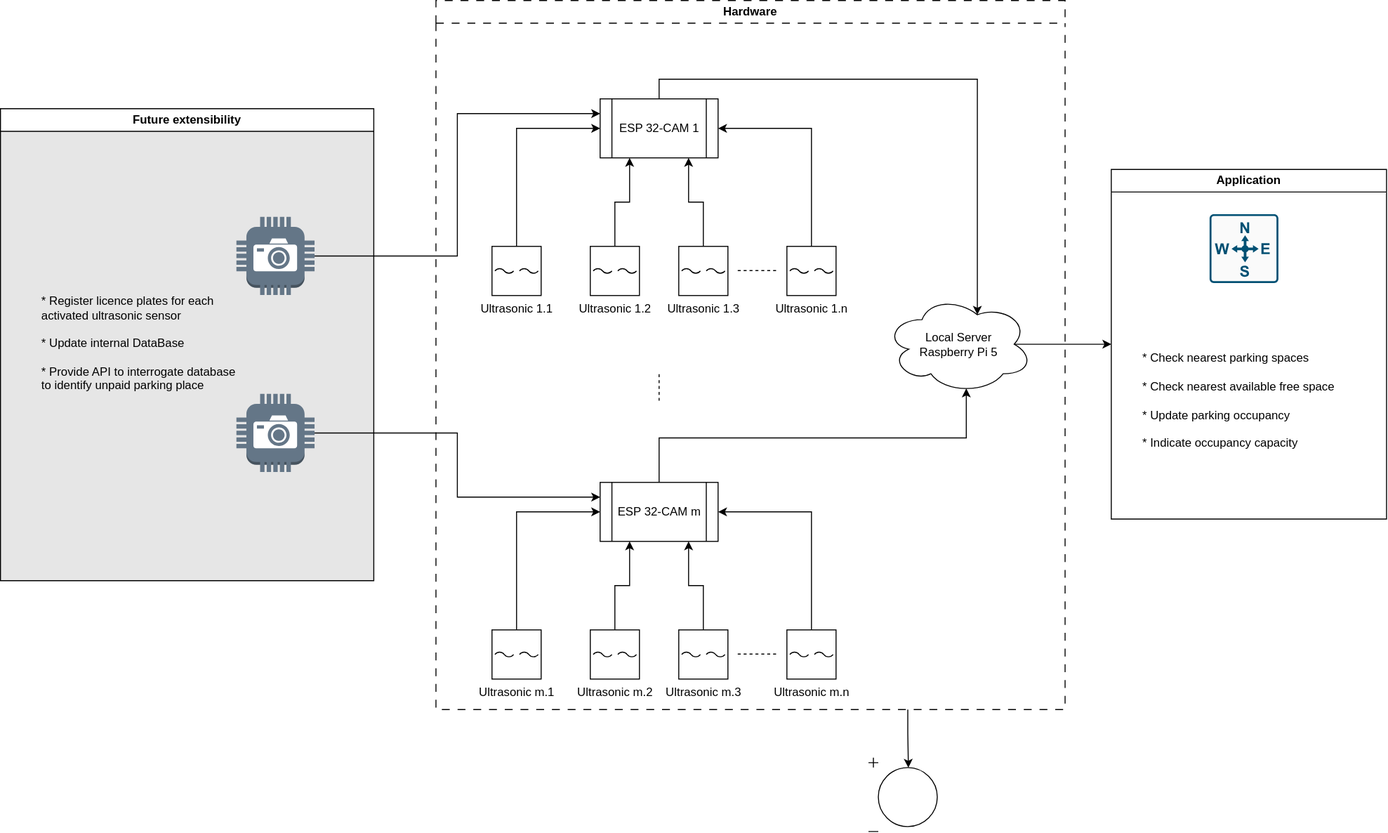
Above: docs/CHSSmartParkingDiagram.drawio.svg in sorykkk/smart-parking (draw.io), before the change. Source tidied: cells renumbered, new cells last; positions are measured from the earlier drawing's top-left corner, leaving out a move shared by most shapes.
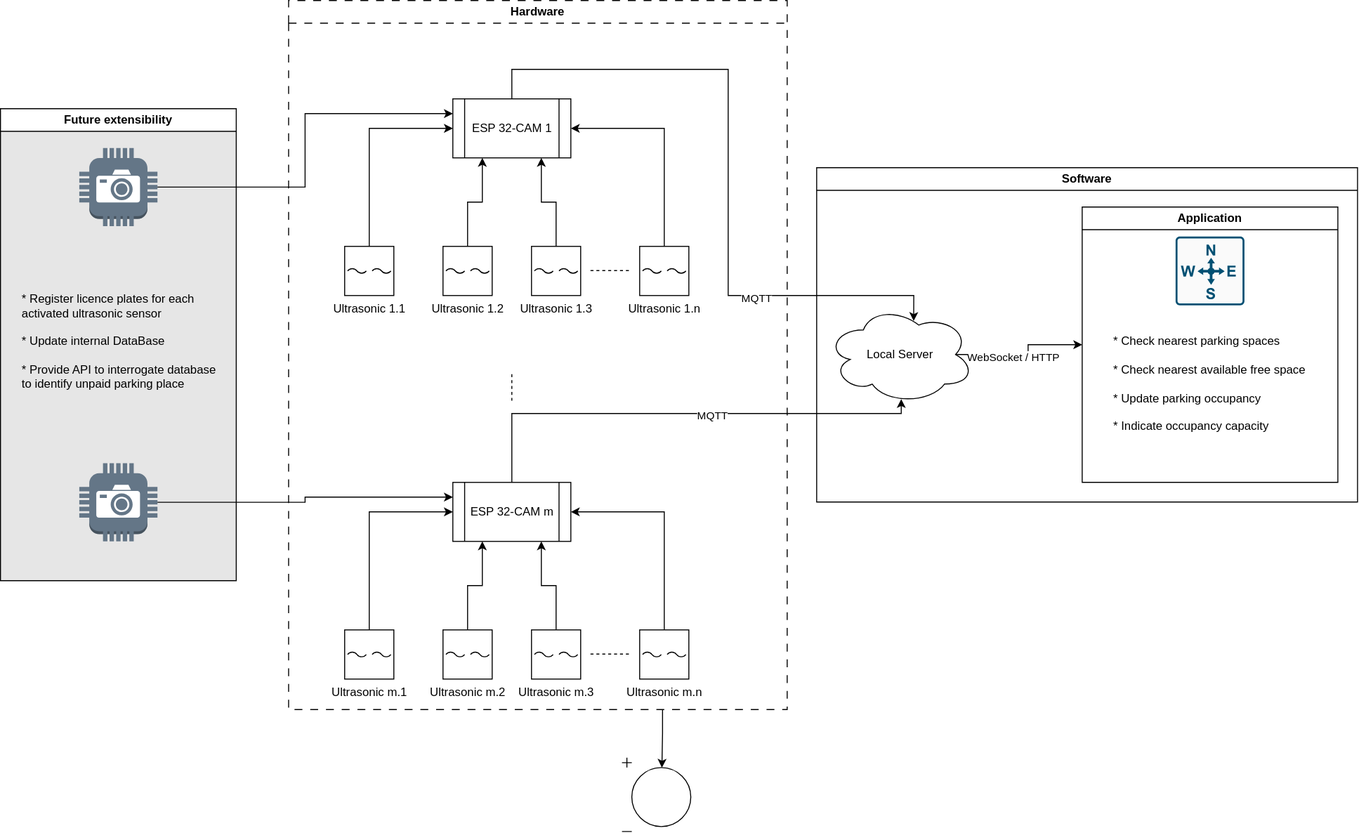
The same file after the commit.

Change to the diagram source:
```diff
@@ -3,20 +3,20 @@
     <mxCell id="0" />
     <mxCell id="1" parent="0" />
     <mxCell id="2" value="Hardware" style="swimlane;whiteSpace=wrap;html=1;dashed=1;dashPattern=8 8;" parent="1" vertex="1">
-      <mxGeometry x="443" width="640" height="721" as="geometry" />
+      <mxGeometry x="443" width="507" height="721" as="geometry" />
     </mxCell>
     <mxCell id="3" value="Future extensibility" style="swimlane;whiteSpace=wrap;html=1;swimlaneFillColor=#E6E6E6;fillColor=default;" parent="1" vertex="1">
-      <mxGeometry y="110" width="379.8" height="480" as="geometry" />
+      <mxGeometry x="150" y="110" width="239.8" height="480" as="geometry" />
     </mxCell>
     <mxCell id="4" value="* Register licence plates for each activated ultrasonic sensor&lt;div&gt;&lt;br&gt;&lt;/div&gt;&lt;div&gt;* Update internal DataBase&lt;/div&gt;&lt;div&gt;&lt;br&gt;&lt;/div&gt;&lt;div&gt;* Provide API to interrogate database to identify unpaid parking place&lt;/div&gt;" style="text;html=1;whiteSpace=wrap;strokeColor=none;fillColor=none;align=left;verticalAlign=middle;rounded=0;" parent="3" vertex="1">
-      <mxGeometry x="40" y="135.6" width="200" height="207.8" as="geometry" />
+      <mxGeometry x="19.9" y="160" width="200" height="153.4" as="geometry" />
     </mxCell>
-    <mxCell id="5" style="edgeStyle=orthogonalEdgeStyle;rounded=0;jettySize=auto;html=1;exitX=0.875;exitY=0.5;exitDx=0;exitDy=0;exitPerimeter=0;entryX=0;entryY=0.5;entryDx=0;entryDy=0;" parent="1" edge="1" source="6" target="33">
-      <mxGeometry relative="1" as="geometry" />
-    </mxCell>
-    <mxCell id="6" value="Local Server&lt;div&gt;Raspberry Pi 5&lt;/div&gt;" style="ellipse;shape=cloud;whiteSpace=wrap;html=1;" parent="1" vertex="1">
-      <mxGeometry x="900" y="299.5" width="150" height="100" as="geometry" />
-    </mxCell>
+    <mxCell id="30" style="outlineConnect=0;dashed=0;verticalLabelPosition=bottom;verticalAlign=top;align=center;html=1;shape=mxgraph.aws3.camera;fillColor=#647687;fontColor=#ffffff;strokeColor=#314354;" parent="3" vertex="1">
+      <mxGeometry x="80.1" y="40" width="79.5" height="79.5" as="geometry" />
+    </mxCell>
+    <mxCell id="32" style="outlineConnect=0;dashed=0;verticalLabelPosition=bottom;verticalAlign=top;align=center;html=1;shape=mxgraph.aws3.camera;fillColor=#647687;fontColor=#ffffff;strokeColor=#314354;" parent="3" vertex="1">
+      <mxGeometry x="80.1" y="360.5" width="79.5" height="79.5" as="geometry" />
+    </mxCell>
     <mxCell id="7" value="ESP 32-CAM 1" style="shape=process;whiteSpace=wrap;html=1;backgroundOutline=1;" parent="1" vertex="1">
       <mxGeometry x="610" y="100" width="120" height="60" as="geometry" />
     </mxCell>
@@ -83,9 +83,6 @@
         <mxPoint x="790" y="664.6" as="targetPoint" />
       </mxGeometry>
     </mxCell>
-    <mxCell id="27" style="edgeStyle=orthogonalEdgeStyle;rounded=0;jettySize=auto;html=1;exitX=0.5;exitY=0;exitDx=0;exitDy=0;entryX=0.55;entryY=0.95;entryDx=0;entryDy=0;entryPerimeter=0;" parent="1" edge="1" source="17" target="6">
-      <mxGeometry relative="1" as="geometry" />
-    </mxCell>
     <mxCell id="28" style="endArrow=none;dashed=1;html=1;rounded=0;" parent="1" edge="1">
       <mxGeometry relative="1" as="geometry">
         <mxPoint x="670" y="380" as="sourcePoint" />
@@ -95,32 +92,60 @@
     <mxCell id="29" style="edgeStyle=orthogonalEdgeStyle;rounded=0;jettySize=auto;html=1;exitX=1;exitY=0.5;exitDx=0;exitDy=0;exitPerimeter=0;entryX=0;entryY=0.25;entryDx=0;entryDy=0;" parent="1" edge="1" source="30" target="7">
       <mxGeometry relative="1" as="geometry" />
     </mxCell>
-    <mxCell id="30" style="outlineConnect=0;dashed=0;verticalLabelPosition=bottom;verticalAlign=top;align=center;html=1;shape=mxgraph.aws3.camera;fillColor=#647687;fontColor=#ffffff;strokeColor=#314354;" parent="1" vertex="1">
-      <mxGeometry x="240" y="220" width="79.5" height="79.5" as="geometry" />
-    </mxCell>
     <mxCell id="31" style="edgeStyle=orthogonalEdgeStyle;rounded=0;jettySize=auto;html=1;exitX=1;exitY=0.5;exitDx=0;exitDy=0;exitPerimeter=0;entryX=0;entryY=0.25;entryDx=0;entryDy=0;" parent="1" edge="1" source="32" target="17">
       <mxGeometry relative="1" as="geometry" />
     </mxCell>
-    <mxCell id="32" style="outlineConnect=0;dashed=0;verticalLabelPosition=bottom;verticalAlign=top;align=center;html=1;shape=mxgraph.aws3.camera;fillColor=#647687;fontColor=#ffffff;strokeColor=#314354;" parent="1" vertex="1">
-      <mxGeometry x="240" y="400" width="79.5" height="79.5" as="geometry" />
-    </mxCell>
-    <mxCell id="33" value="Application" style="swimlane;whiteSpace=wrap;html=1;fillStyle=auto;gradientColor=none;startSize=23;swimlaneFillColor=default;" parent="1" vertex="1">
-      <mxGeometry x="1130" y="171.8" width="280" height="355.5" as="geometry" />
+    <mxCell id="33" value="Software" style="swimlane;whiteSpace=wrap;html=1;fillStyle=auto;gradientColor=none;startSize=23;swimlaneFillColor=none;fillColor=default;" parent="1" vertex="1">
+      <mxGeometry x="980" y="170" width="550" height="340" as="geometry" />
     </mxCell>
+    <mxCell id="39" value="Application" style="swimlane;whiteSpace=wrap;html=1;" parent="33" vertex="1">
+      <mxGeometry x="270" y="40" width="260" height="280" as="geometry" />
+    </mxCell>
+    <mxCell id="35" value="* Check nearest parking spaces&lt;div&gt;&lt;br&gt;&lt;/div&gt;&lt;div&gt;* Check nearest available free space&lt;/div&gt;&lt;div&gt;&lt;br&gt;&lt;/div&gt;&lt;div&gt;* Update parking occupancy&lt;/div&gt;&lt;div&gt;&lt;br&gt;&lt;/div&gt;&lt;div&gt;* Indicate occupancy capacity&amp;nbsp;&amp;nbsp;&lt;/div&gt;" style="text;html=1;whiteSpace=wrap;strokeColor=none;fillColor=none;align=left;verticalAlign=middle;rounded=0;" parent="39" vertex="1">
+      <mxGeometry x="30" y="110" width="200" height="140" as="geometry" />
+    </mxCell>
-    <mxCell id="34" style="sketch=0;verticalLabelPosition=bottom;html=1;verticalAlign=top;align=center;shape=mxgraph.cisco19.rect;prIcon=wireless_location_appliance;fillColor=#FAFAFA;strokeColor=#005073;" parent="33" vertex="1">
-      <mxGeometry x="100" y="45.5" width="70" height="70" as="geometry" />
+    <mxCell id="34" style="sketch=0;verticalLabelPosition=bottom;html=1;verticalAlign=top;align=center;shape=mxgraph.cisco19.rect;prIcon=wireless_location_appliance;fillColor=#FAFAFA;strokeColor=#005073;" parent="39" vertex="1">
+      <mxGeometry x="95" y="30" width="70" height="70" as="geometry" />
     </mxCell>
-    <mxCell id="35" value="* Check nearest parking spaces&lt;div&gt;&lt;br&gt;&lt;/div&gt;&lt;div&gt;* Check nearest available free space&lt;/div&gt;&lt;div&gt;&lt;br&gt;&lt;/div&gt;&lt;div&gt;* Update parking occupancy&lt;/div&gt;&lt;div&gt;&lt;br&gt;&lt;/div&gt;&lt;div&gt;* Indicate occupancy capacity&amp;nbsp;&amp;nbsp;&lt;/div&gt;" style="text;html=1;whiteSpace=wrap;strokeColor=none;fillColor=none;align=left;verticalAlign=middle;rounded=0;" parent="33" vertex="1">
-      <mxGeometry x="30" y="138.2" width="230" height="194.5" as="geometry" />
-    </mxCell>
+    <mxCell id="40" style="edgeStyle=orthogonalEdgeStyle;rounded=0;jettySize=auto;html=1;exitX=0.875;exitY=0.5;exitDx=0;exitDy=0;exitPerimeter=0;entryX=0;entryY=0.5;entryDx=0;entryDy=0;" parent="33" edge="1" source="6" target="39">
+      <mxGeometry relative="1" as="geometry" />
+    </mxCell>
+    <mxCell id="41" value="WebSocket / HTTP" style="edgeLabel;html=1;align=center;verticalAlign=middle;" parent="40" vertex="1">
+      <mxGeometry x="-0.18" y="-2" relative="1" as="geometry" />
+    </mxCell>
+    <mxCell id="6" value="Local Server" style="ellipse;shape=cloud;whiteSpace=wrap;html=1;" parent="33" vertex="1">
+      <mxGeometry x="10" y="140" width="150" height="100" as="geometry" />
+    </mxCell>
     <mxCell id="36" style="verticalLabelPosition=bottom;shadow=0;dashed=0;align=center;html=1;verticalAlign=top;shape=mxgraph.electrical.signal_sources.dc_source_1;" parent="1" vertex="1">
-      <mxGeometry x="883" y="770" width="70" height="75" as="geometry" />
+      <mxGeometry x="782" y="770" width="70" height="75" as="geometry" />
     </mxCell>
     <mxCell id="37" style="edgeStyle=orthogonalEdgeStyle;rounded=0;jettySize=auto;html=1;exitX=0.75;exitY=1;exitDx=0;exitDy=0;entryX=0.58;entryY=0.135;entryDx=0;entryDy=0;entryPerimeter=0;" parent="1" edge="1" source="2" target="36">
       <mxGeometry relative="1" as="geometry" />
     </mxCell>
-    <mxCell id="38" style="edgeStyle=orthogonalEdgeStyle;rounded=0;jettySize=auto;html=1;exitX=0.5;exitY=0;exitDx=0;exitDy=0;entryX=0.625;entryY=0.2;entryDx=0;entryDy=0;entryPerimeter=0;" parent="1" edge="1" source="7" target="6">
-      <mxGeometry relative="1" as="geometry" />
+    <mxCell id="38" style="edgeStyle=orthogonalEdgeStyle;rounded=0;jettySize=auto;html=1;exitX=0.5;exitY=0;exitDx=0;exitDy=0;entryX=0.591;entryY=0.159;entryDx=0;entryDy=0;entryPerimeter=0;" parent="1" edge="1" source="7" target="6">
+      <mxGeometry relative="1" as="geometry">
+        <Array as="points">
+          <mxPoint x="670" y="70" />
+          <mxPoint x="890" y="70" />
+          <mxPoint x="890" y="300" />
+          <mxPoint x="1079" y="300" />
+        </Array>
+      </mxGeometry>
     </mxCell>
+    <mxCell id="42" value="MQTT" style="edgeLabel;html=1;align=center;verticalAlign=middle;" parent="38" vertex="1">
+      <mxGeometry x="0.46" y="-2" relative="1" as="geometry" />
+    </mxCell>
+    <mxCell id="27" style="edgeStyle=orthogonalEdgeStyle;rounded=0;jettySize=auto;html=1;exitX=0.5;exitY=0;exitDx=0;exitDy=0;entryX=0.508;entryY=0.953;entryDx=0;entryDy=0;entryPerimeter=0;" parent="1" edge="1" source="17" target="6">
+      <mxGeometry relative="1" as="geometry">
+        <Array as="points">
+          <mxPoint x="670" y="420" />
+          <mxPoint x="1066" y="420" />
+          <mxPoint x="1066" y="405" />
+        </Array>
+      </mxGeometry>
+    </mxCell>
+    <mxCell id="43" value="MQTT" style="edgeLabel;html=1;align=center;verticalAlign=middle;" parent="27" vertex="1">
+      <mxGeometry x="0.13" y="-1" relative="1" as="geometry" />
+    </mxCell>
   </root>
 </mxGraphModel>
```
